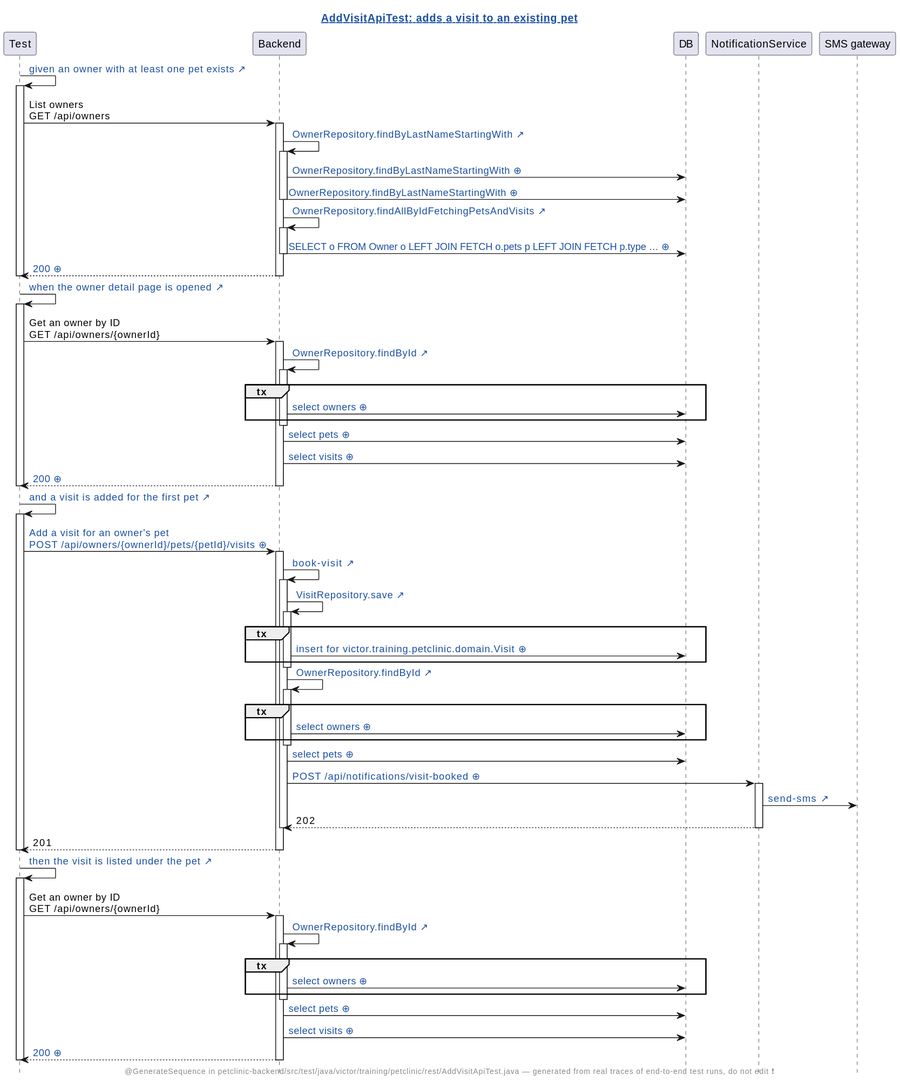
The PlantUML diagram demo/demo2/assets/diagrams/petclinic-test_generated_AddVisitApiTest.java.adds-a-visit-to-an-existing-pet.genseq.new.svg in Winandvdb/human-review, before a commit. Its diagram source:
```plantuml
@startuml
hide footbox
skinparam hyperlinkUnderline false
skinparam hyperlinkColor #1A4FA0
title [[src://petclinic-backend/src/test/java/victor/training/petclinic/rest/AddVisitApiTest.java:76{Click to open the test} AddVisitApiTest: adds a visit to an existing pet]]
footer @GenerateSequence in petclinic-backend/src/test/java/victor/training/petclinic/rest/AddVisitApiTest.java — generated from real traces of end-to-end test runs, do not edit ❗
participant Test
participant Backend
participant DB
participant NotificationService
participant "SMS gateway"
Test -> Test: [[src://petclinic-backend/src/test/java/victor/training/petclinic/rest/AddVisitApiTest.java:77{Click to open the line of the test that says this} given an owner with at least one pet exists ↗]]
activate Test
Test -> Backend: List owners\nGET /api/owners
activate Backend
Backend -> Backend: [[src://petclinic-backend/src/main/java/victor/training/petclinic/repository/OwnerRepository.java:15{Click to open OwnerRepository.findByLastNameStartingWith} OwnerRepository.findByLastNameStartingWith ↗]]
activate Backend
Backend -> DB: [[genseq://06lhb5c{Click for the statement behind this call} OwnerRepository.findByLastNameStartingWith ⊕]]
Backend -> DB: [[genseq://0rcs8yy{Click for the statement behind this call} OwnerRepository.findByLastNameStartingWith ⊕]]
deactivate Backend
Backend -> Backend: [[src://petclinic-backend/src/main/java/victor/training/petclinic/repository/OwnerRepository.java:26{Click to open OwnerRepository.findAllByIdFetchingPetsAndVisits} OwnerRepository.findAllByIdFetchingPetsAndVisits ↗]]
activate Backend
Backend -> DB: [[genseq://075m496{Click for the statement behind this call} SELECT o FROM Owner o LEFT JOIN FETCH o.pets p LEFT JOIN FETCH p.type … ⊕]]
deactivate Backend
Backend --> Test: [[genseq://1ywqtdh{Click for this call’s JSON body} 200 ⊕]]
deactivate Backend
deactivate Test
Test -> Test: [[src://petclinic-backend/src/test/java/victor/training/petclinic/rest/AddVisitApiTest.java:82{Click to open the line of the test that says this} when the owner detail page is opened ↗]]
activate Test
Test -> Backend: Get an owner by ID\nGET /api/owners/{ownerId}
activate Backend
Backend -> Backend: [[src://petclinic-backend/src/main/java/victor/training/petclinic/repository/OwnerRepository.java:28{Click to open OwnerRepository.findById} OwnerRepository.findById ↗]]
activate Backend
group tx
Backend -> DB: [[genseq://083xusu{Click for the statement behind this call} select owners ⊕]]
end
deactivate Backend
Backend -> DB: [[genseq://0j0trn8{Click for the statement behind this call} select pets ⊕]]
Backend -> DB: [[genseq://16xt6fr{Click for the statement behind this call} select visits ⊕]]
Backend --> Test: [[genseq://1cg6dk5{Click for this call’s JSON body} 200 ⊕]]
deactivate Backend
deactivate Test
Test -> Test: [[src://petclinic-backend/src/test/java/victor/training/petclinic/rest/AddVisitApiTest.java:85{Click to open the line of the test that says this} and a visit is added for the first pet ↗]]
activate Test
Test -> Backend: [[genseq://1c1q5mb{Click for this call’s JSON body} Add a visit for an owner's pet\nPOST /api/owners/{ownerId}/pets/{petId}/visits ⊕]]
activate Backend
Backend -> Backend: [[src://petclinic-backend/src/main/java/victor/training/petclinic/rest/OwnerRestController.java:240{Click to open OwnerRestController.bookVisit} book-visit ↗]]
activate Backend
Backend -> Backend: [[src://petclinic-backend/src/main/java/victor/training/petclinic/repository/VisitRepository.java:14{Click to open VisitRepository.save} VisitRepository.save ↗]]
activate Backend
group tx
Backend -> DB: [[genseq://1xa7kg9{Click for the statement behind this call} insert for victor.training.petclinic.domain.Visit ⊕]]
end
deactivate Backend
Backend -> Backend: [[src://petclinic-backend/src/main/java/victor/training/petclinic/repository/OwnerRepository.java:28{Click to open OwnerRepository.findById} OwnerRepository.findById ↗]]
activate Backend
group tx
Backend -> DB: [[genseq://083xusu{Click for the statement behind this call} select owners ⊕]]
end
deactivate Backend
Backend -> DB: [[genseq://0j0trn8{Click for the statement behind this call} select pets ⊕]]
Backend -> NotificationService: [[genseq://0a5r3wo{Click for this call’s JSON body} POST /api/notifications/visit-booked ⊕]]
activate NotificationService
NotificationService -> "SMS gateway": [[src://notification-service/src/main/java/victor/training/notification/SmsGateway.java:23{Click to open SmsGateway.send} send-sms ↗]]
NotificationService --> Backend: 202
deactivate NotificationService
deactivate Backend
Backend --> Test: 201
deactivate Backend
deactivate Test
Test -> Test: [[src://petclinic-backend/src/test/java/victor/training/petclinic/rest/AddVisitApiTest.java:92{Click to open the line of the test that says this} then the visit is listed under the pet ↗]]
activate Test
Test -> Backend: Get an owner by ID\nGET /api/owners/{ownerId}
activate Backend
Backend -> Backend: [[src://petclinic-backend/src/main/java/victor/training/petclinic/repository/OwnerRepository.java:28{Click to open OwnerRepository.findById} OwnerRepository.findById ↗]]
activate Backend
group tx
Backend -> DB: [[genseq://083xusu{Click for the statement behind this call} select owners ⊕]]
end
deactivate Backend
Backend -> DB: [[genseq://0j0trn8{Click for the statement behind this call} select pets ⊕]]
Backend -> DB: [[genseq://16xt6fr{Click for the statement behind this call} select visits ⊕]]
Backend --> Test: [[genseq://0rglssf{Click for this call’s JSON body} 200 ⊕]]
deactivate Backend
deactivate Test
@enduml
```
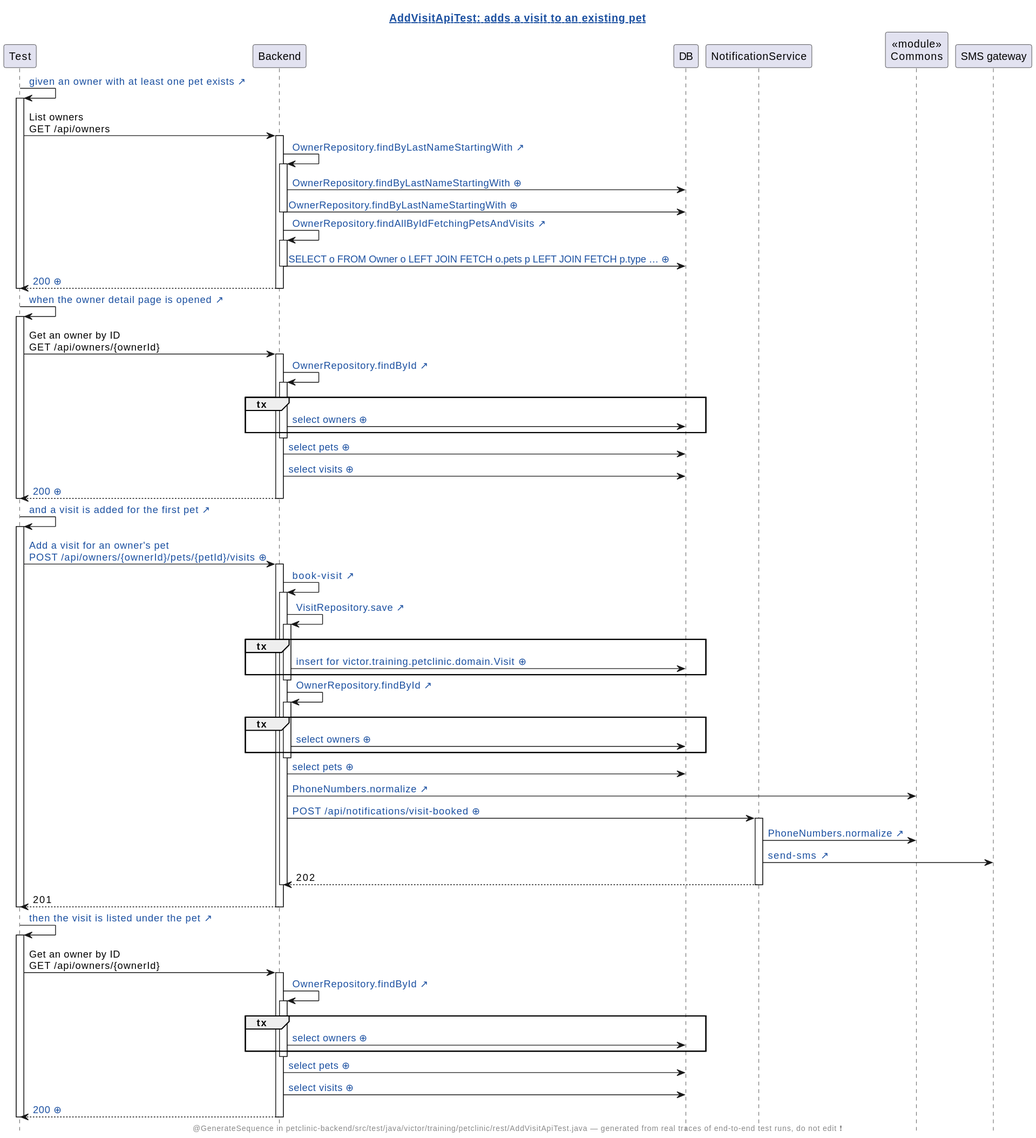
The same diagram one commit later.

The edit, as a diff of the source:
```diff
@@ -8,6 +8,7 @@
 participant Backend
 participant DB
 participant NotificationService
+participant "«module»\nCommons" as Commons
 participant "SMS gateway"
 Test -> Test: [[src://petclinic-backend/src/test/java/victor/training/petclinic/rest/AddVisitApiTest.java:77{Click to open the line of the test that says this} given an owner with at least one pet exists ↗]]
 activate Test
@@ -42,14 +43,14 @@
 deactivate Test
 Test -> Test: [[src://petclinic-backend/src/test/java/victor/training/petclinic/rest/AddVisitApiTest.java:85{Click to open the line of the test that says this} and a visit is added for the first pet ↗]]
 activate Test
-Test -> Backend: [[genseq://1c1q5mb{Click for this call’s JSON body} Add a visit for an owner's pet\nPOST /api/owners/{ownerId}/pets/{petId}/visits ⊕]]
+Test -> Backend: [[genseq://1yv4zr4{Click for this call’s JSON body} Add a visit for an owner's pet\nPOST /api/owners/{ownerId}/pets/{petId}/visits ⊕]]
 activate Backend
 Backend -> Backend: [[src://petclinic-backend/src/main/java/victor/training/petclinic/rest/OwnerRestController.java:240{Click to open OwnerRestController.bookVisit} book-visit ↗]]
 activate Backend
 Backend -> Backend: [[src://petclinic-backend/src/main/java/victor/training/petclinic/repository/VisitRepository.java:14{Click to open VisitRepository.save} VisitRepository.save ↗]]
 activate Backend
 group tx
-Backend -> DB: [[genseq://1xa7kg9{Click for the statement behind this call} insert for victor.training.petclinic.domain.Visit ⊕]]
+Backend -> DB: [[genseq://07tob6g{Click for the statement behind this call} insert for victor.training.petclinic.domain.Visit ⊕]]
 end
 deactivate Backend
 Backend -> Backend: [[src://petclinic-backend/src/main/java/victor/training/petclinic/repository/OwnerRepository.java:28{Click to open OwnerRepository.findById} OwnerRepository.findById ↗]]
@@ -59,8 +60,10 @@
 end
 deactivate Backend
 Backend -> DB: [[genseq://0j0trn8{Click for the statement behind this call} select pets ⊕]]
-Backend -> NotificationService: [[genseq://0a5r3wo{Click for this call’s JSON body} POST /api/notifications/visit-booked ⊕]]
+Backend -> Commons: [[src://petclinic-commons/src/main/java/victor/training/commons/PhoneNumbers.java:8{Click to open PhoneNumbers.normalize} PhoneNumbers.normalize ↗]]
+Backend -> NotificationService: [[genseq://06g5a1e{Click for this call’s JSON body} POST /api/notifications/visit-booked ⊕]]
 activate NotificationService
+NotificationService -> Commons: [[src://petclinic-commons/src/main/java/victor/training/commons/PhoneNumbers.java:8{Click to open PhoneNumbers.normalize} PhoneNumbers.normalize ↗]]
 NotificationService -> "SMS gateway": [[src://notification-service/src/main/java/victor/training/notification/SmsGateway.java:23{Click to open SmsGateway.send} send-sms ↗]]
 NotificationService --> Backend: 202
 deactivate NotificationService
@@ -80,7 +83,7 @@
 deactivate Backend
 Backend -> DB: [[genseq://0j0trn8{Click for the statement behind this call} select pets ⊕]]
 Backend -> DB: [[genseq://16xt6fr{Click for the statement behind this call} select visits ⊕]]
-Backend --> Test: [[genseq://0rglssf{Click for this call’s JSON body} 200 ⊕]]
+Backend --> Test: [[genseq://0qfgh4s{Click for this call’s JSON body} 200 ⊕]]
 deactivate Backend
 deactivate Test
 @enduml
```
